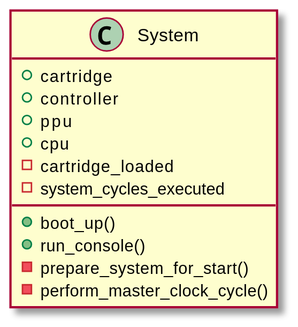
This is doc/system/system.svg from Enigma717/yume-nes, a PlantUML export, as it was before one commit.
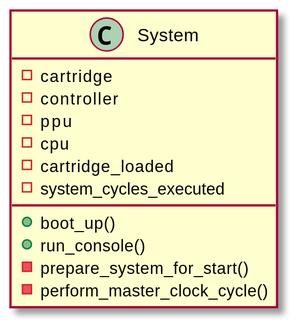
Later version of the same file.

Commit message:
Make system components private

Change to the diagram source:
```diff
@@ -3,10 +3,10 @@
 hide empty members
 
 class System {
-+ cartridge
-+ controller
-+ ppu
-+ cpu
+- cartridge
+- controller
+- ppu
+- cpu
 - cartridge_loaded
 - system_cycles_executed
 
```
